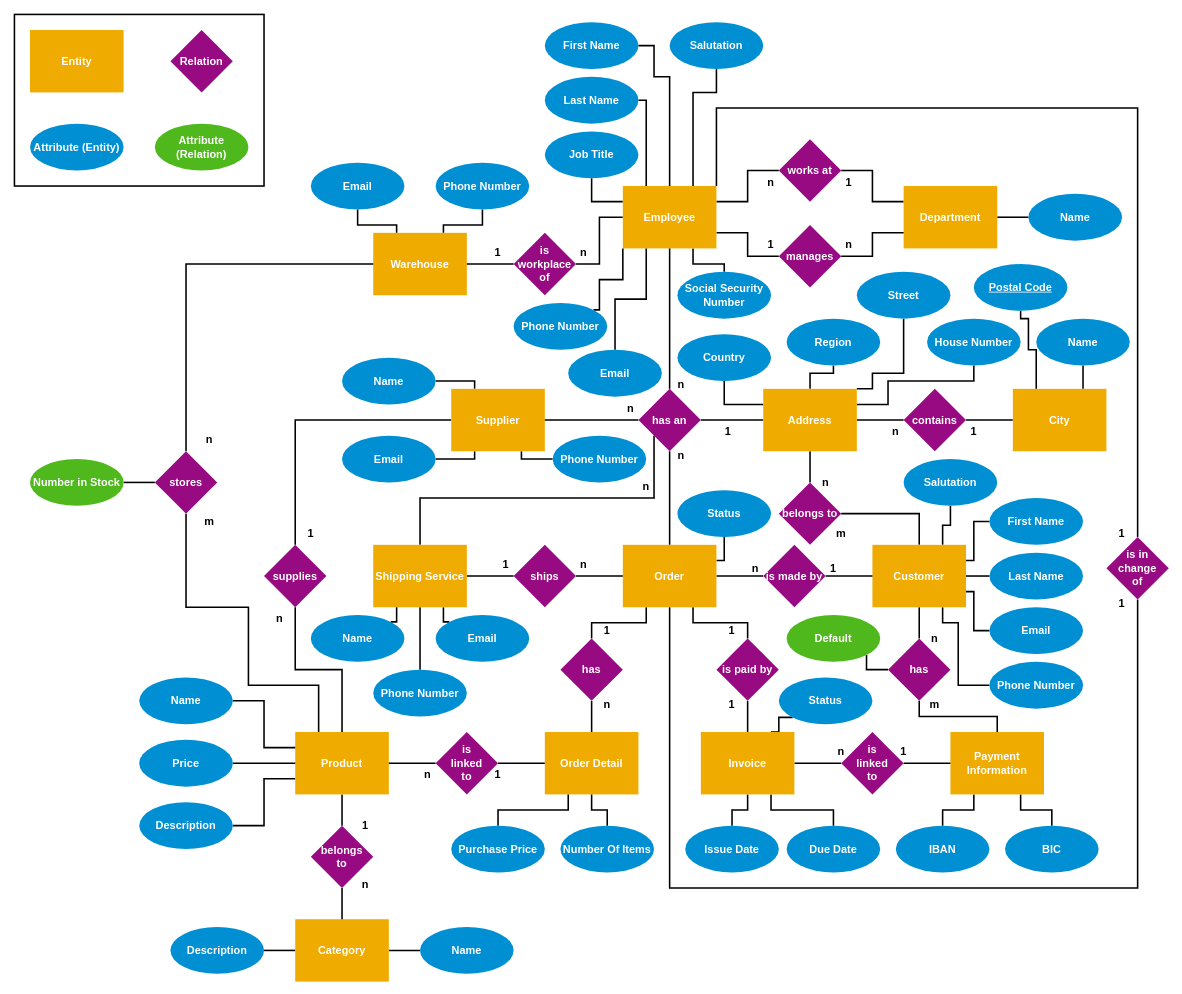
The draw.io diagram docs/ERModel.drawio in andre-anan-gilbert/E-Commerce-Data-Management, before the edit. Source tidied: cells renumbered, new cells numbered last; positions are measured from the earlier drawing's top-left corner, leaving out a move shared by most shapes. Both pictures are drawn from the tidied source at 78%, with x=0, y=0 at pixel (14, 14).
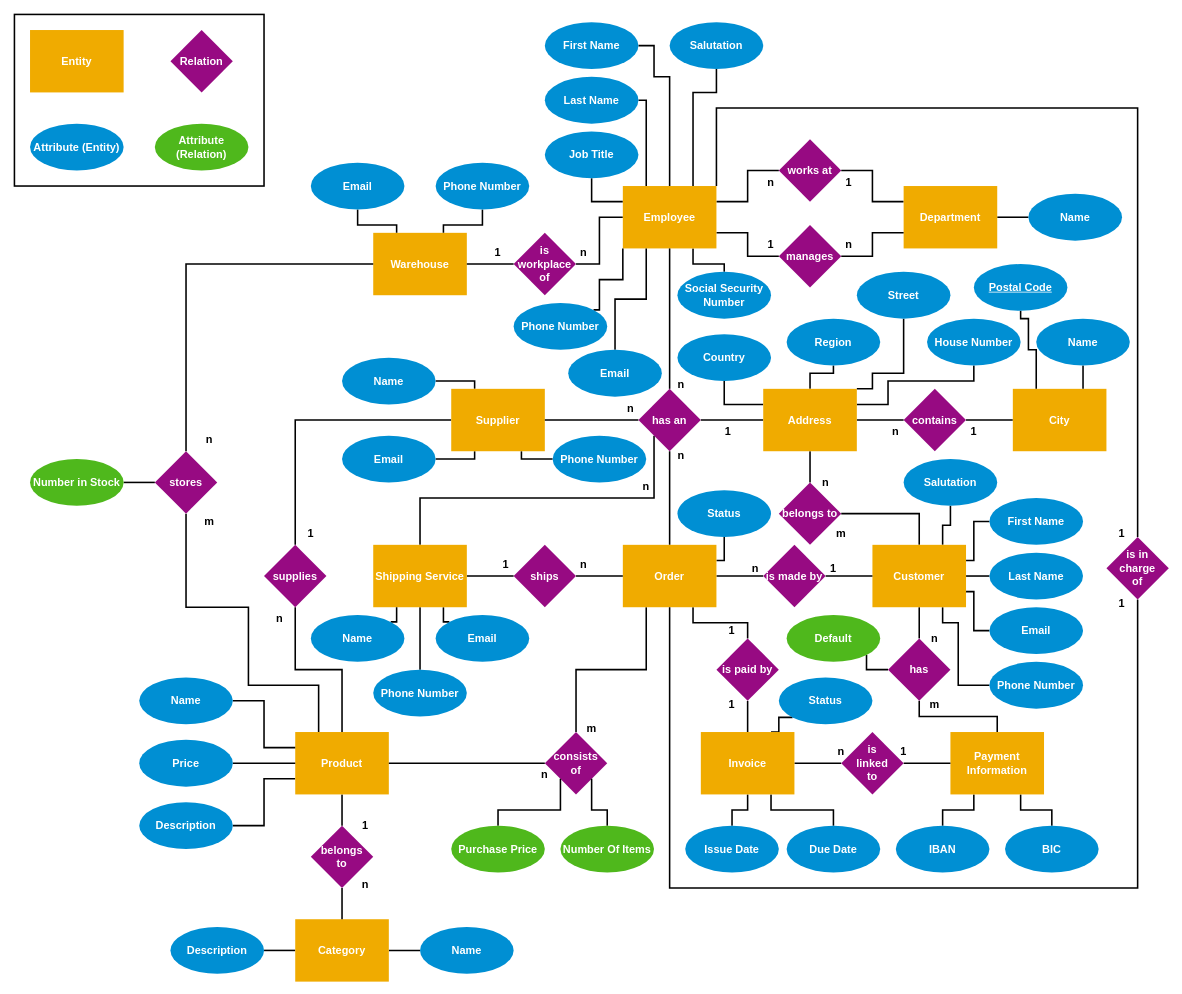
The same page after the edit.

Commit message (it also covers changes not shown here):
adjusted ERModel

Unchanged cells that the change refers to:
```xml
<mxCell id="6" value="&lt;font color=&quot;#ffffff&quot; style=&quot;font-size: 14px;&quot;&gt;Product&lt;/font&gt;" style="rounded=0;whiteSpace=wrap;html=1;fillColor=#F0AB00;strokeColor=none;fontStyle=1;fontSize=14;" parent="1" vertex="1">
  <mxGeometry x="360" y="920" width="120" height="80" as="geometry" />
</mxCell>
```

Diff of the diagram source:
```diff
@@
-    <mxCell id="7" value="&lt;font color=&quot;#ffffff&quot; style=&quot;font-size: 14px;&quot;&gt;Order Detail&lt;/font&gt;" style="rounded=0;whiteSpace=wrap;html=1;fillColor=#F0AB00;strokeColor=none;fontStyle=1;fontSize=14;" parent="1" vertex="1">
-      <mxGeometry x="680" y="920" width="120" height="80" as="geometry" />
-    </mxCell>
@@
-    <mxCell id="79" style="edgeStyle=orthogonalEdgeStyle;rounded=0;jettySize=auto;html=1;exitX=0.5;exitY=1;exitDx=0;exitDy=0;entryX=0.5;entryY=0;entryDx=0;entryDy=0;fontColor=#FFFFFF;endArrow=none;endFill=0;strokeWidth=2;fontStyle=1;fontSize=14;" parent="1" edge="1" source="80" target="7">
-      <mxGeometry relative="1" as="geometry" />
-    </mxCell>
-    <mxCell id="80" value="has" style="rhombus;whiteSpace=wrap;html=1;rounded=0;fontColor=#FFFFFF;fillColor=#970A82;strokeColor=none;fontStyle=1;fontSize=14;" parent="1" vertex="1">
-      <mxGeometry x="700" y="800" width="80" height="80" as="geometry" />
+    <mxCell id="80" value="consists&lt;br&gt;of" style="rhombus;whiteSpace=wrap;html=1;rounded=0;fontColor=#FFFFFF;fillColor=#970A82;strokeColor=none;fontStyle=1;fontSize=14;" parent="1" vertex="1">
+      <mxGeometry x="680" y="920" width="80" height="80" as="geometry" />
     </mxCell>
@@
-    <mxCell id="86" style="edgeStyle=orthogonalEdgeStyle;rounded=0;jettySize=auto;html=1;exitX=1;exitY=0.5;exitDx=0;exitDy=0;entryX=0;entryY=0.5;entryDx=0;entryDy=0;fontColor=#FFFFFF;endArrow=none;endFill=0;strokeWidth=2;fontStyle=1;fontSize=14;" parent="1" edge="1" source="88" target="7">
-      <mxGeometry relative="1" as="geometry" />
-    </mxCell>
-    <mxCell id="87" style="edgeStyle=orthogonalEdgeStyle;rounded=0;jettySize=auto;html=1;exitX=0;exitY=0.5;exitDx=0;exitDy=0;entryX=1;entryY=0.5;entryDx=0;entryDy=0;fontColor=#FFFFFF;endArrow=none;endFill=0;strokeWidth=2;fontStyle=1;fontSize=14;" parent="1" edge="1" source="88" target="6">
+    <mxCell id="87" style="edgeStyle=orthogonalEdgeStyle;rounded=0;jettySize=auto;html=1;exitX=0;exitY=0.5;exitDx=0;exitDy=0;entryX=1;entryY=0.5;entryDx=0;entryDy=0;fontColor=#FFFFFF;endArrow=none;endFill=0;strokeWidth=2;fontStyle=1;fontSize=14;" parent="1" edge="1" source="80" target="6">
       <mxGeometry relative="1" as="geometry" />
     </mxCell>
-    <mxCell id="88" value="is&lt;br style=&quot;font-size: 14px;&quot;&gt;linked&lt;br style=&quot;font-size: 14px;&quot;&gt;to" style="rhombus;whiteSpace=wrap;html=1;rounded=0;fontColor=#FFFFFF;fillColor=#970A82;strokeColor=none;fontStyle=1;fontSize=14;" parent="1" vertex="1">
-      <mxGeometry x="540" y="920" width="80" height="80" as="geometry" />
-    </mxCell>
@@
-    <mxCell id="93" value="is in&lt;br style=&quot;font-size: 14px;&quot;&gt;change&lt;br style=&quot;font-size: 14px;&quot;&gt;of" style="rhombus;whiteSpace=wrap;html=1;rounded=0;fontColor=#FFFFFF;fillColor=#970A82;strokeColor=none;fontStyle=1;fontSize=14;" parent="1" vertex="1">
+    <mxCell id="93" value="is in&lt;br style=&quot;font-size: 14px;&quot;&gt;charge&lt;br style=&quot;font-size: 14px;&quot;&gt;of" style="rhombus;whiteSpace=wrap;html=1;rounded=0;fontColor=#FFFFFF;fillColor=#970A82;strokeColor=none;fontStyle=1;fontSize=14;" parent="1" vertex="1">
       <mxGeometry x="1400" y="670" width="80" height="80" as="geometry" />
     </mxCell>
@@
-    <mxCell id="141" style="edgeStyle=orthogonalEdgeStyle;rounded=0;jettySize=auto;html=1;exitX=0.5;exitY=0;exitDx=0;exitDy=0;entryX=0.5;entryY=1;entryDx=0;entryDy=0;fontColor=#FFFFFF;endArrow=none;endFill=0;strokeWidth=2;fontStyle=1;fontSize=14;" parent="1" edge="1" source="142" target="7">
+    <mxCell id="141" style="edgeStyle=orthogonalEdgeStyle;rounded=0;jettySize=auto;html=1;exitX=0.5;exitY=0;exitDx=0;exitDy=0;entryX=1;entryY=1;entryDx=0;entryDy=0;fontColor=#FFFFFF;endArrow=none;endFill=0;strokeWidth=2;fontStyle=1;fontSize=14;" parent="1" edge="1" source="142" target="80">
       <mxGeometry relative="1" as="geometry" />
     </mxCell>
-    <mxCell id="142" value="Number Of Items" style="ellipse;whiteSpace=wrap;html=1;rounded=0;fontColor=#FFFFFF;fillColor=#008FD3;strokeColor=none;fontStyle=1;fontSize=14;" parent="1" vertex="1">
+    <mxCell id="142" value="Number Of Items" style="ellipse;whiteSpace=wrap;html=1;rounded=0;fontColor=#FFFFFF;fillColor=#4FB81C;strokeColor=none;fontStyle=1;fontSize=14;" parent="1" vertex="1">
       <mxGeometry x="700" y="1040" width="120" height="60" as="geometry" />
     </mxCell>
-    <mxCell id="143" style="edgeStyle=orthogonalEdgeStyle;rounded=0;jettySize=auto;html=1;exitX=0.5;exitY=0;exitDx=0;exitDy=0;entryX=0.25;entryY=1;entryDx=0;entryDy=0;fontColor=#FFFFFF;endArrow=none;endFill=0;strokeWidth=2;fontStyle=1;fontSize=14;" parent="1" edge="1" source="144" target="7">
+    <mxCell id="143" style="edgeStyle=orthogonalEdgeStyle;rounded=0;jettySize=auto;html=1;exitX=0.5;exitY=0;exitDx=0;exitDy=0;entryX=0;entryY=1;entryDx=0;entryDy=0;fontColor=#FFFFFF;endArrow=none;endFill=0;strokeWidth=2;fontStyle=1;fontSize=14;" parent="1" edge="1" source="144" target="80">
       <mxGeometry relative="1" as="geometry" />
     </mxCell>
-    <mxCell id="144" value="Purchase Price" style="ellipse;whiteSpace=wrap;html=1;rounded=0;fontColor=#FFFFFF;fillColor=#008FD3;strokeColor=none;fontStyle=1;fontSize=14;" parent="1" vertex="1">
+    <mxCell id="144" value="Purchase Price" style="ellipse;whiteSpace=wrap;html=1;rounded=0;fontColor=#FFFFFF;fillColor=#4FB81C;strokeColor=none;fontStyle=1;fontSize=14;" parent="1" vertex="1">
       <mxGeometry x="560" y="1040" width="120" height="60" as="geometry" />
     </mxCell>
@@
     <mxCell id="165" value="n" style="text;html=1;strokeColor=none;fillColor=none;align=center;verticalAlign=middle;whiteSpace=wrap;rounded=0;fontSize=14;fontColor=#000000;fontStyle=1;" parent="1" vertex="1">
-      <mxGeometry x="500" y="960" width="60" height="30" as="geometry" />
+      <mxGeometry x="650" y="960" width="60" height="30" as="geometry" />
     </mxCell>
@@
-    <mxCell id="168" value="1" style="text;html=1;strokeColor=none;fillColor=none;align=center;verticalAlign=middle;whiteSpace=wrap;rounded=0;fontSize=14;fontColor=#000000;fontStyle=1;" parent="1" vertex="1">
-      <mxGeometry x="590" y="960" width="60" height="30" as="geometry" />
-    </mxCell>
@@
-    <mxCell id="171" value="1" style="text;html=1;strokeColor=none;fillColor=none;align=center;verticalAlign=middle;whiteSpace=wrap;rounded=0;fontSize=14;fontColor=#000000;fontStyle=1;" parent="1" vertex="1">
-      <mxGeometry x="730" y="775" width="60" height="30" as="geometry" />
-    </mxCell>
-    <mxCell id="172" value="n" style="text;html=1;strokeColor=none;fillColor=none;align=center;verticalAlign=middle;whiteSpace=wrap;rounded=0;fontSize=14;fontColor=#000000;fontStyle=1;" parent="1" vertex="1">
-      <mxGeometry x="730" y="870" width="60" height="30" as="geometry" />
+    <mxCell id="172" value="m" style="text;html=1;strokeColor=none;fillColor=none;align=center;verticalAlign=middle;whiteSpace=wrap;rounded=0;fontSize=14;fontColor=#000000;fontStyle=1;" parent="1" vertex="1">
+      <mxGeometry x="710" y="900" width="60" height="30" as="geometry" />
     </mxCell>
```
